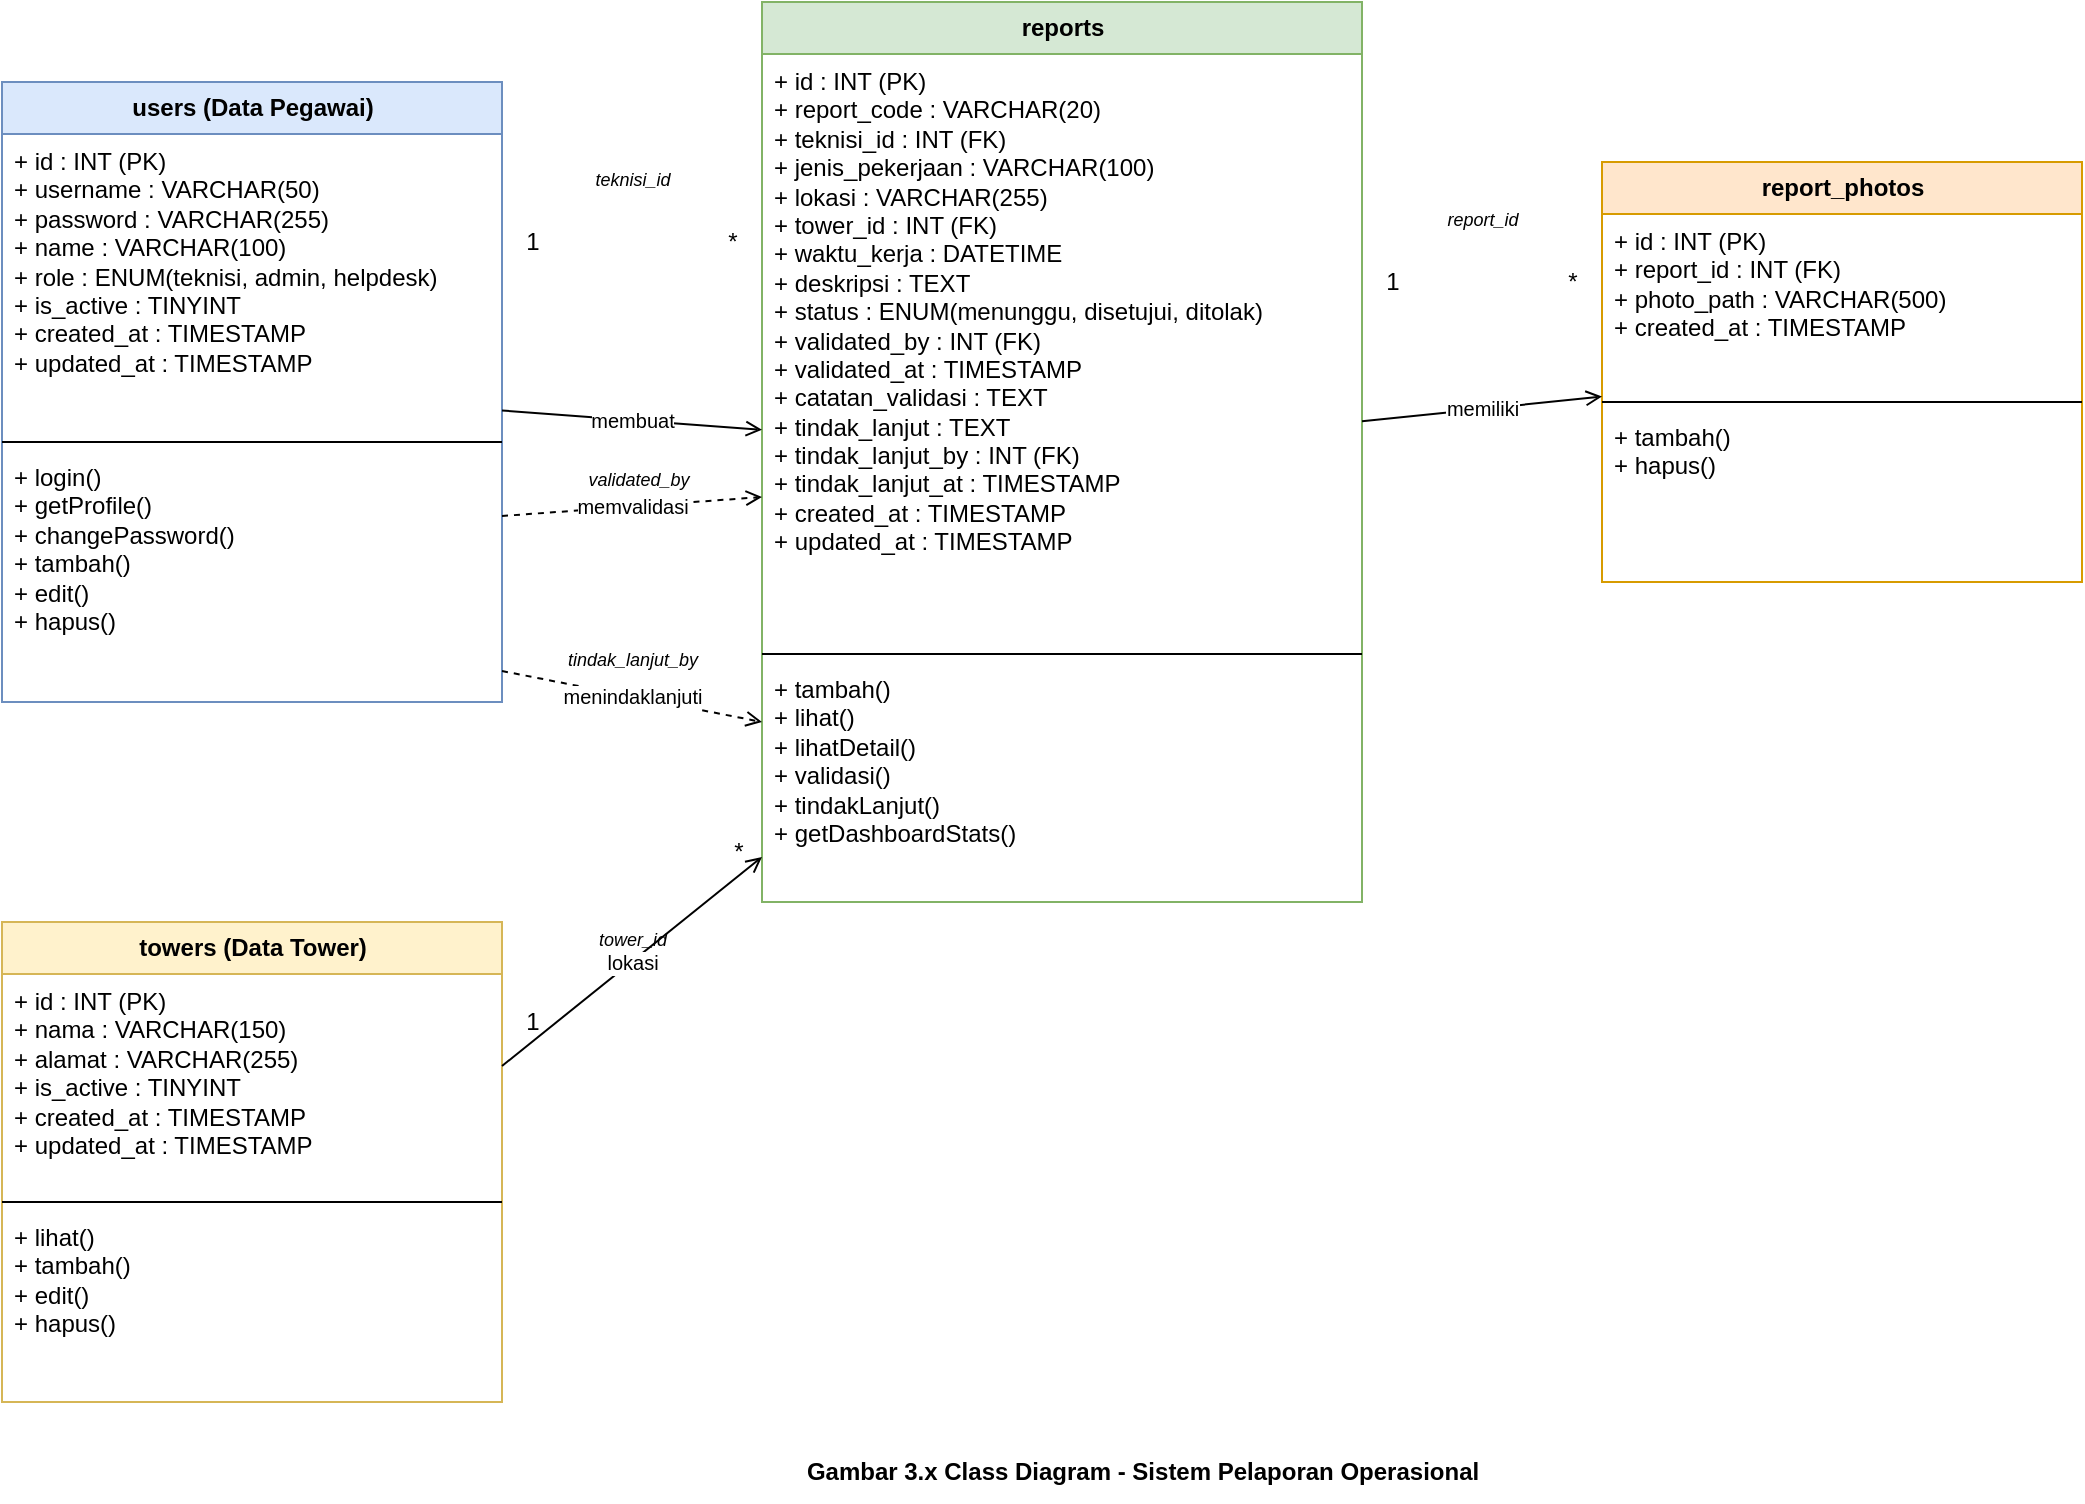
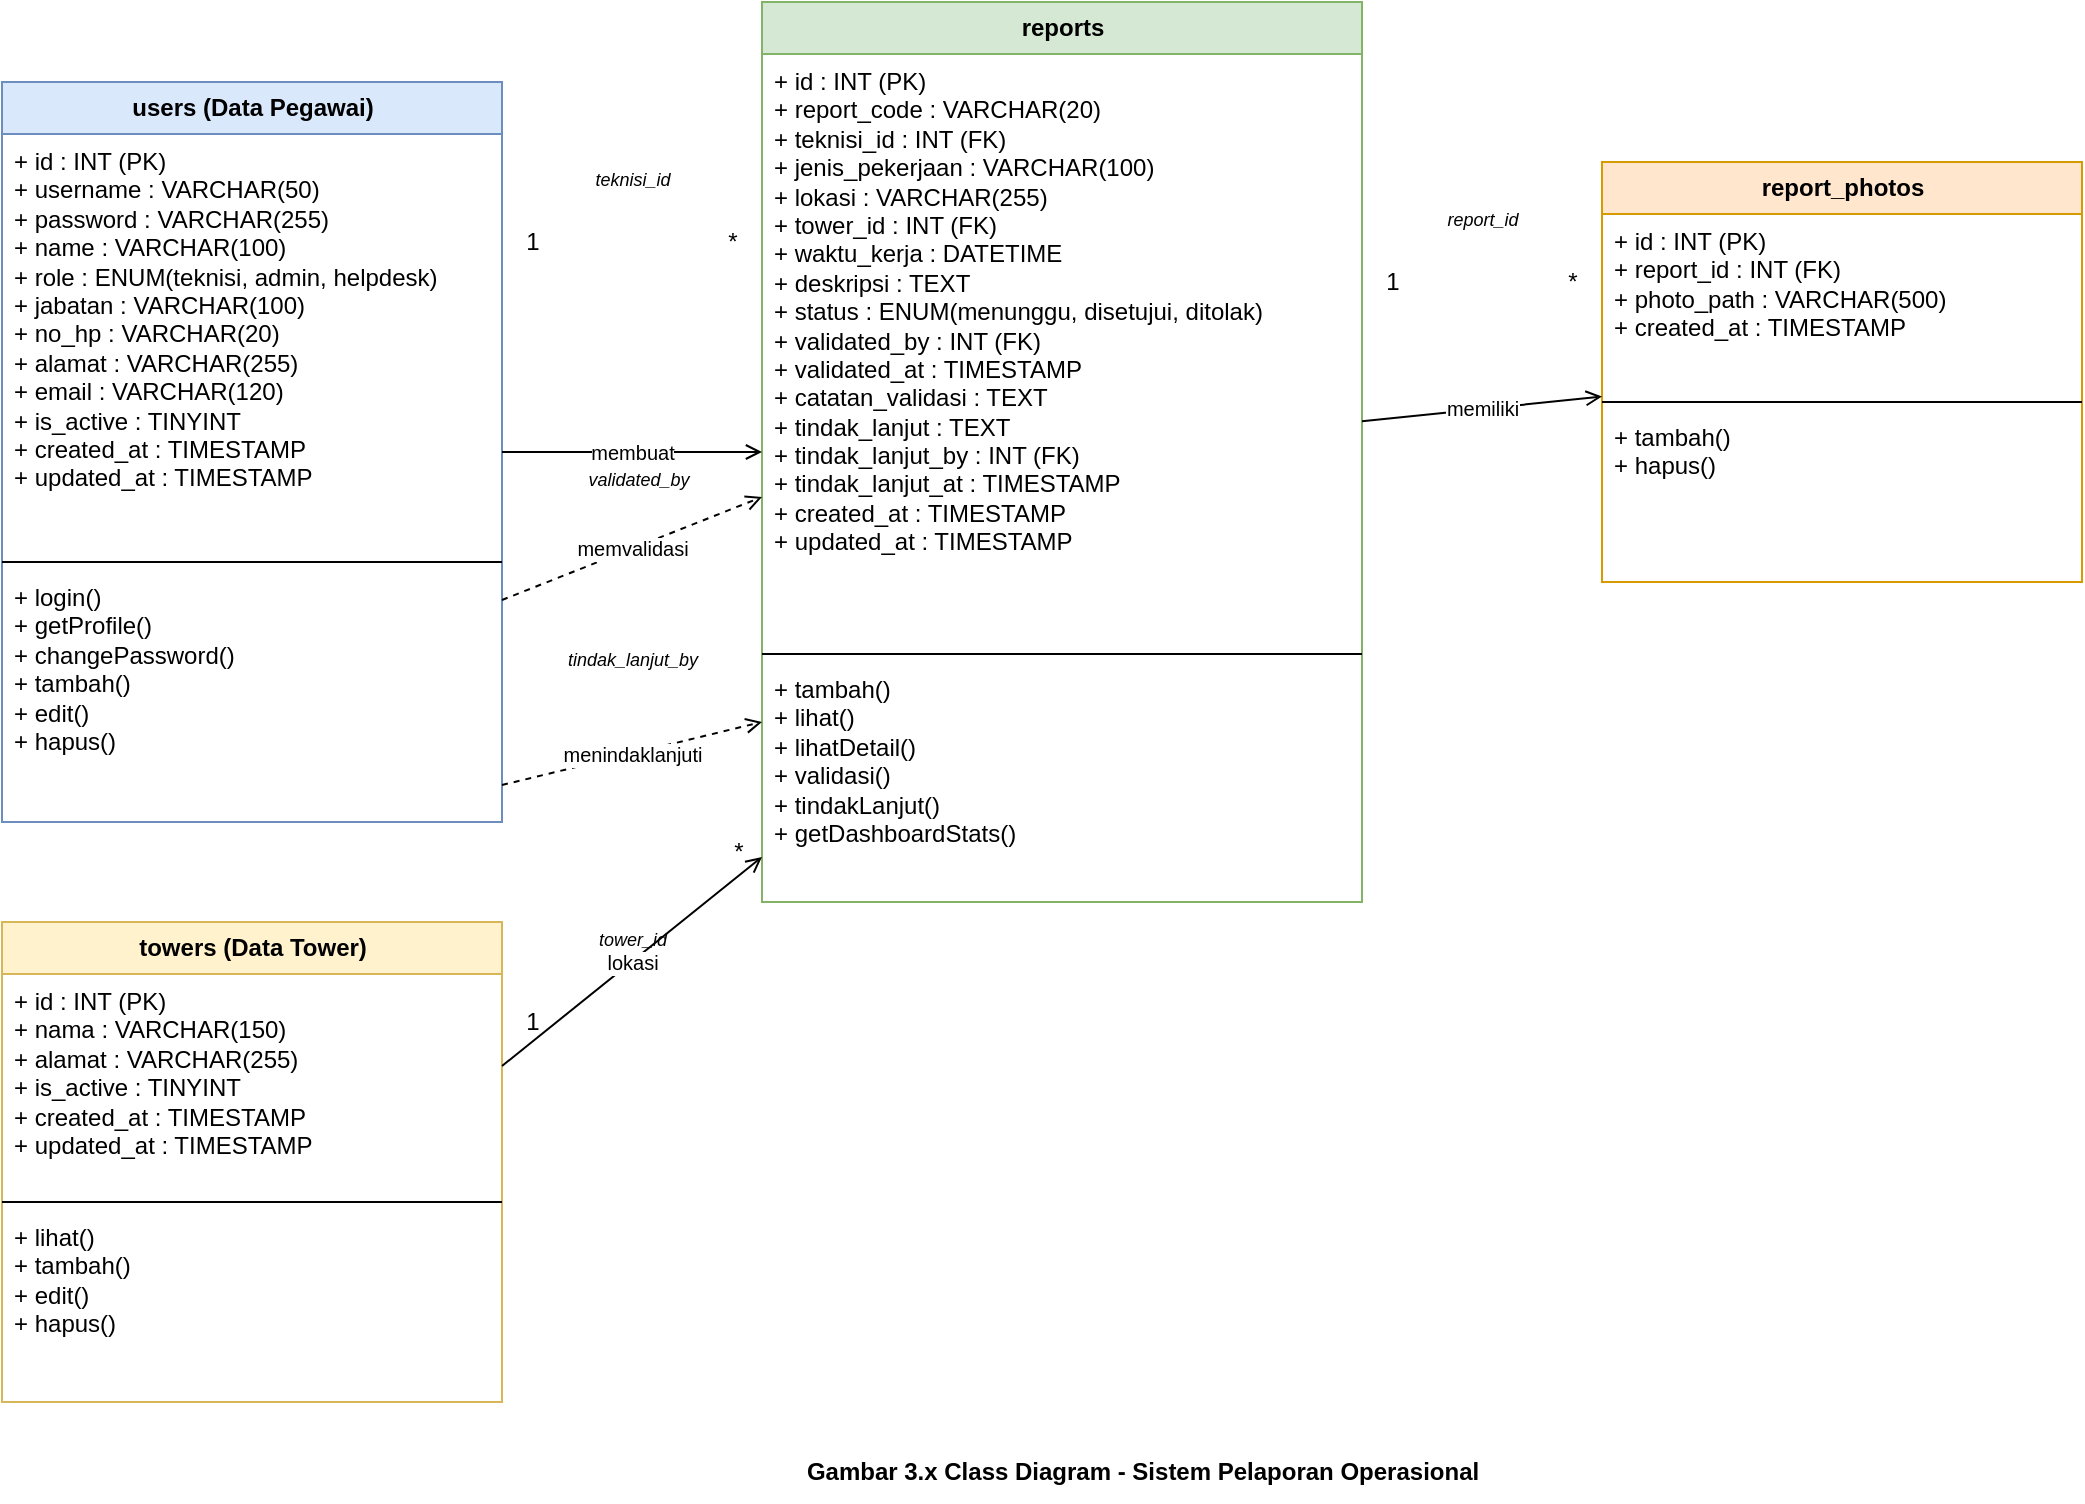
<mxfile host="app.diagrams.net" modified="2026-06-09T12:00:00.000Z" agent="Cascade" version="24.0.0" type="device">
  <diagram id="class-diagram-laporan-ops-v2" name="Class Diagram">
    <mxGraphModel dx="1422" dy="762" grid="1" gridSize="10" guides="1" tooltips="1" connect="1" arrows="1" fold="1" page="1" pageScale="1" pageWidth="1169" pageHeight="827" math="0" shadow="0">
      <root>
        <mxCell id="0" />
        <mxCell id="1" parent="0" />

        <!-- ============ CLASS: users (Data Pegawai) ============ -->
        <mxCell id="u" value="users  (Data Pegawai)" style="swimlane;fontStyle=1;align=center;startSize=26;html=1;fillColor=#dae8fc;strokeColor=#6c8ebf;" vertex="1" parent="1">
-           <mxGeometry x="40" y="80" width="250" height="310" as="geometry" />
+           <mxGeometry x="40" y="80" width="250" height="370" as="geometry" />
        </mxCell>
-         <mxCell id="u_a" value="+ id : INT (PK)&#xa;+ username : VARCHAR(50)&#xa;+ password : VARCHAR(255)&#xa;+ name : VARCHAR(100)&#xa;+ role : ENUM(teknisi, admin, helpdesk)&#xa;+ is_active : TINYINT&#xa;+ created_at : TIMESTAMP&#xa;+ updated_at : TIMESTAMP" style="text;strokeColor=none;fillColor=none;align=left;verticalAlign=top;spacingLeft=4;spacingRight=4;overflow=hidden;rotatable=0;points=[[0,0.5],[1,0.5]];portConstraint=eastwest;fontStyle=0;html=1;" vertex="1" parent="u">
-           <mxGeometry y="26" width="250" height="150" as="geometry" />
+         <mxCell id="u_a" value="+ id : INT (PK)&#xa;+ username : VARCHAR(50)&#xa;+ password : VARCHAR(255)&#xa;+ name : VARCHAR(100)&#xa;+ role : ENUM(teknisi, admin, helpdesk)&#xa;+ jabatan : VARCHAR(100)&#xa;+ no_hp : VARCHAR(20)&#xa;+ alamat : VARCHAR(255)&#xa;+ email : VARCHAR(120)&#xa;+ is_active : TINYINT&#xa;+ created_at : TIMESTAMP&#xa;+ updated_at : TIMESTAMP" style="text;strokeColor=none;fillColor=none;align=left;verticalAlign=top;spacingLeft=4;spacingRight=4;overflow=hidden;rotatable=0;points=[[0,0.5],[1,0.5]];portConstraint=eastwest;fontStyle=0;html=1;" vertex="1" parent="u">
+           <mxGeometry y="26" width="250" height="210" as="geometry" />
        </mxCell>
        <mxCell id="u_d" value="" style="line;strokeWidth=1;fillColor=none;align=left;verticalAlign=middle;spacingTop=-1;spacingLeft=3;spacingRight=10;rotatable=0;labelPosition=left;points=[];portConstraint=eastwest;" vertex="1" parent="u">
-           <mxGeometry y="176" width="250" height="8" as="geometry" />
+           <mxGeometry y="236" width="250" height="8" as="geometry" />
        </mxCell>
        <mxCell id="u_m" value="+ login()&#xa;+ getProfile()&#xa;+ changePassword()&#xa;+ tambah()&#xa;+ edit()&#xa;+ hapus()" style="text;strokeColor=none;fillColor=none;align=left;verticalAlign=top;spacingLeft=4;spacingRight=4;overflow=hidden;rotatable=0;points=[[0,0.5],[1,0.5]];portConstraint=eastwest;fontStyle=0;html=1;" vertex="1" parent="u">
-           <mxGeometry y="184" width="250" height="120" as="geometry" />
+           <mxGeometry y="244" width="250" height="120" as="geometry" />
        </mxCell>

        <!-- ============ CLASS: reports ============ -->
        <mxCell id="r" value="reports" style="swimlane;fontStyle=1;align=center;startSize=26;html=1;fillColor=#d5e8d4;strokeColor=#82b366;" vertex="1" parent="1">
          <mxGeometry x="420" y="40" width="300" height="450" as="geometry" />
        </mxCell>
        <mxCell id="r_a" value="+ id : INT (PK)&#xa;+ report_code : VARCHAR(20)&#xa;+ teknisi_id : INT (FK)&#xa;+ jenis_pekerjaan : VARCHAR(100)&#xa;+ lokasi : VARCHAR(255)&#xa;+ tower_id : INT (FK)&#xa;+ waktu_kerja : DATETIME&#xa;+ deskripsi : TEXT&#xa;+ status : ENUM(menunggu, disetujui, ditolak)&#xa;+ validated_by : INT (FK)&#xa;+ validated_at : TIMESTAMP&#xa;+ catatan_validasi : TEXT&#xa;+ tindak_lanjut : TEXT&#xa;+ tindak_lanjut_by : INT (FK)&#xa;+ tindak_lanjut_at : TIMESTAMP&#xa;+ created_at : TIMESTAMP&#xa;+ updated_at : TIMESTAMP" style="text;strokeColor=none;fillColor=none;align=left;verticalAlign=top;spacingLeft=4;spacingRight=4;overflow=hidden;rotatable=0;points=[[0,0.5],[1,0.5]];portConstraint=eastwest;fontStyle=0;html=1;" vertex="1" parent="r">
          <mxGeometry y="26" width="300" height="296" as="geometry" />
        </mxCell>
        <mxCell id="r_d" value="" style="line;strokeWidth=1;fillColor=none;align=left;verticalAlign=middle;spacingTop=-1;spacingLeft=3;spacingRight=10;rotatable=0;labelPosition=left;points=[];portConstraint=eastwest;" vertex="1" parent="r">
          <mxGeometry y="322" width="300" height="8" as="geometry" />
        </mxCell>
        <mxCell id="r_m" value="+ tambah()&#xa;+ lihat()&#xa;+ lihatDetail()&#xa;+ validasi()&#xa;+ tindakLanjut()&#xa;+ getDashboardStats()" style="text;strokeColor=none;fillColor=none;align=left;verticalAlign=top;spacingLeft=4;spacingRight=4;overflow=hidden;rotatable=0;points=[[0,0.5],[1,0.5]];portConstraint=eastwest;fontStyle=0;html=1;" vertex="1" parent="r">
          <mxGeometry y="330" width="300" height="120" as="geometry" />
        </mxCell>

        <!-- ============ CLASS: report_photos ============ -->
        <mxCell id="p" value="report_photos" style="swimlane;fontStyle=1;align=center;startSize=26;html=1;fillColor=#ffe6cc;strokeColor=#d79b00;" vertex="1" parent="1">
          <mxGeometry x="840" y="120" width="240" height="210" as="geometry" />
        </mxCell>
        <mxCell id="p_a" value="+ id : INT (PK)&#xa;+ report_id : INT (FK)&#xa;+ photo_path : VARCHAR(500)&#xa;+ created_at : TIMESTAMP" style="text;strokeColor=none;fillColor=none;align=left;verticalAlign=top;spacingLeft=4;spacingRight=4;overflow=hidden;rotatable=0;points=[[0,0.5],[1,0.5]];portConstraint=eastwest;fontStyle=0;html=1;" vertex="1" parent="p">
          <mxGeometry y="26" width="240" height="90" as="geometry" />
        </mxCell>
        <mxCell id="p_d" value="" style="line;strokeWidth=1;fillColor=none;align=left;verticalAlign=middle;spacingTop=-1;spacingLeft=3;spacingRight=10;rotatable=0;labelPosition=left;points=[];portConstraint=eastwest;" vertex="1" parent="p">
          <mxGeometry y="116" width="240" height="8" as="geometry" />
        </mxCell>
        <mxCell id="p_m" value="+ tambah()&#xa;+ hapus()" style="text;strokeColor=none;fillColor=none;align=left;verticalAlign=top;spacingLeft=4;spacingRight=4;overflow=hidden;rotatable=0;points=[[0,0.5],[1,0.5]];portConstraint=eastwest;fontStyle=0;html=1;" vertex="1" parent="p">
          <mxGeometry y="124" width="240" height="80" as="geometry" />
        </mxCell>

        <!-- ============ CLASS: towers (Data Tower) ============ -->
        <mxCell id="t" value="towers  (Data Tower)" style="swimlane;fontStyle=1;align=center;startSize=26;html=1;fillColor=#fff2cc;strokeColor=#d6b656;" vertex="1" parent="1">
          <mxGeometry x="40" y="500" width="250" height="240" as="geometry" />
        </mxCell>
        <mxCell id="t_a" value="+ id : INT (PK)&#xa;+ nama : VARCHAR(150)&#xa;+ alamat : VARCHAR(255)&#xa;+ is_active : TINYINT&#xa;+ created_at : TIMESTAMP&#xa;+ updated_at : TIMESTAMP" style="text;strokeColor=none;fillColor=none;align=left;verticalAlign=top;spacingLeft=4;spacingRight=4;overflow=hidden;rotatable=0;points=[[0,0.5],[1,0.5]];portConstraint=eastwest;fontStyle=0;html=1;" vertex="1" parent="t">
          <mxGeometry y="26" width="250" height="110" as="geometry" />
        </mxCell>
        <mxCell id="t_d" value="" style="line;strokeWidth=1;fillColor=none;align=left;verticalAlign=middle;spacingTop=-1;spacingLeft=3;spacingRight=10;rotatable=0;labelPosition=left;points=[];portConstraint=eastwest;" vertex="1" parent="t">
          <mxGeometry y="136" width="250" height="8" as="geometry" />
        </mxCell>
        <mxCell id="t_m" value="+ lihat()&#xa;+ tambah()&#xa;+ edit()&#xa;+ hapus()" style="text;strokeColor=none;fillColor=none;align=left;verticalAlign=top;spacingLeft=4;spacingRight=4;overflow=hidden;rotatable=0;points=[[0,0.5],[1,0.5]];portConstraint=eastwest;fontStyle=0;html=1;" vertex="1" parent="t">
          <mxGeometry y="144" width="250" height="90" as="geometry" />
        </mxCell>

        <!-- ============ RELATIONSHIPS ============ -->
        <!-- users 1 - * reports : teknisi_id (membuat) -->
        <mxCell id="e1" value="membuat" style="endArrow=open;endFill=0;html=1;fontSize=10;" edge="1" parent="1" source="u" target="r">
          <mxGeometry relative="1" as="geometry" />
        </mxCell>
        <mxCell id="e1s" value="1" style="text;html=1;align=center;verticalAlign=middle;resizable=0;points=[];autosize=1;strokeColor=none;fillColor=none;" vertex="1" parent="1">
          <mxGeometry x="295" y="150" width="20" height="20" as="geometry" />
        </mxCell>
        <mxCell id="e1t" value="*" style="text;html=1;align=center;verticalAlign=middle;resizable=0;points=[];autosize=1;strokeColor=none;fillColor=none;" vertex="1" parent="1">
          <mxGeometry x="395" y="150" width="20" height="20" as="geometry" />
        </mxCell>
        <mxCell id="e1f" value="teknisi_id" style="text;html=1;align=center;verticalAlign=middle;resizable=0;points=[];strokeColor=none;fillColor=none;fontSize=9;fontStyle=2;" vertex="1" parent="1">
          <mxGeometry x="320" y="120" width="70" height="18" as="geometry" />
        </mxCell>

        <!-- users 1 - * reports : validated_by (memvalidasi) -->
        <mxCell id="e4" value="memvalidasi" style="endArrow=open;endFill=0;html=1;dashed=1;fontSize=10;exitX=1;exitY=0.7;exitDx=0;exitDy=0;entryX=0;entryY=0.55;entryDx=0;entryDy=0;" edge="1" parent="1" source="u" target="r">
          <mxGeometry relative="1" as="geometry" />
        </mxCell>
        <mxCell id="e4f" value="validated_by" style="text;html=1;align=center;verticalAlign=middle;resizable=0;points=[];strokeColor=none;fillColor=none;fontSize=9;fontStyle=2;" vertex="1" parent="1">
          <mxGeometry x="315" y="270" width="85" height="18" as="geometry" />
        </mxCell>

        <!-- users 1 - * reports : tindak_lanjut_by (menindaklanjuti) -->
        <mxCell id="e5" value="menindaklanjuti" style="endArrow=open;endFill=0;html=1;dashed=1;fontSize=10;exitX=1;exitY=0.95;exitDx=0;exitDy=0;entryX=0;entryY=0.8;entryDx=0;entryDy=0;" edge="1" parent="1" source="u" target="r">
          <mxGeometry relative="1" as="geometry" />
        </mxCell>
        <mxCell id="e5f" value="tindak_lanjut_by" style="text;html=1;align=center;verticalAlign=middle;resizable=0;points=[];strokeColor=none;fillColor=none;fontSize=9;fontStyle=2;" vertex="1" parent="1">
          <mxGeometry x="305" y="360" width="100" height="18" as="geometry" />
        </mxCell>

        <!-- reports 1 - * report_photos : report_id (memiliki) -->
        <mxCell id="e3" value="memiliki" style="endArrow=open;endFill=0;html=1;fontSize=10;" edge="1" parent="1" source="r" target="p">
          <mxGeometry relative="1" as="geometry" />
        </mxCell>
        <mxCell id="e3s" value="1" style="text;html=1;align=center;verticalAlign=middle;resizable=0;points=[];autosize=1;strokeColor=none;fillColor=none;" vertex="1" parent="1">
          <mxGeometry x="725" y="170" width="20" height="20" as="geometry" />
        </mxCell>
        <mxCell id="e3t" value="*" style="text;html=1;align=center;verticalAlign=middle;resizable=0;points=[];autosize=1;strokeColor=none;fillColor=none;" vertex="1" parent="1">
          <mxGeometry x="815" y="170" width="20" height="20" as="geometry" />
        </mxCell>
        <mxCell id="e3f" value="report_id" style="text;html=1;align=center;verticalAlign=middle;resizable=0;points=[];strokeColor=none;fillColor=none;fontSize=9;fontStyle=2;" vertex="1" parent="1">
          <mxGeometry x="745" y="140" width="70" height="18" as="geometry" />
        </mxCell>

        <!-- towers 1 - * reports : tower_id (lokasi) -->
        <mxCell id="e2" value="lokasi" style="endArrow=open;endFill=0;html=1;fontSize=10;exitX=1;exitY=0.3;exitDx=0;exitDy=0;entryX=0;entryY=0.95;entryDx=0;entryDy=0;" edge="1" parent="1" source="t" target="r">
          <mxGeometry relative="1" as="geometry" />
        </mxCell>
        <mxCell id="e2s" value="1" style="text;html=1;align=center;verticalAlign=middle;resizable=0;points=[];autosize=1;strokeColor=none;fillColor=none;" vertex="1" parent="1">
          <mxGeometry x="295" y="540" width="20" height="20" as="geometry" />
        </mxCell>
        <mxCell id="e2t" value="*" style="text;html=1;align=center;verticalAlign=middle;resizable=0;points=[];autosize=1;strokeColor=none;fillColor=none;" vertex="1" parent="1">
          <mxGeometry x="398" y="455" width="20" height="20" as="geometry" />
        </mxCell>
        <mxCell id="e2f" value="tower_id" style="text;html=1;align=center;verticalAlign=middle;resizable=0;points=[];strokeColor=none;fillColor=none;fontSize=9;fontStyle=2;" vertex="1" parent="1">
          <mxGeometry x="320" y="500" width="70" height="18" as="geometry" />
        </mxCell>

        <!-- Caption -->
        <mxCell id="cap" value="Gambar 3.x Class Diagram - Sistem Pelaporan Operasional" style="text;html=1;align=center;verticalAlign=middle;resizable=0;points=[];autosize=1;strokeColor=none;fillColor=none;fontSize=12;fontStyle=1;" vertex="1" parent="1">
          <mxGeometry x="420" y="760" width="380" height="30" as="geometry" />
        </mxCell>
      </root>
    </mxGraphModel>
  </diagram>
</mxfile>
